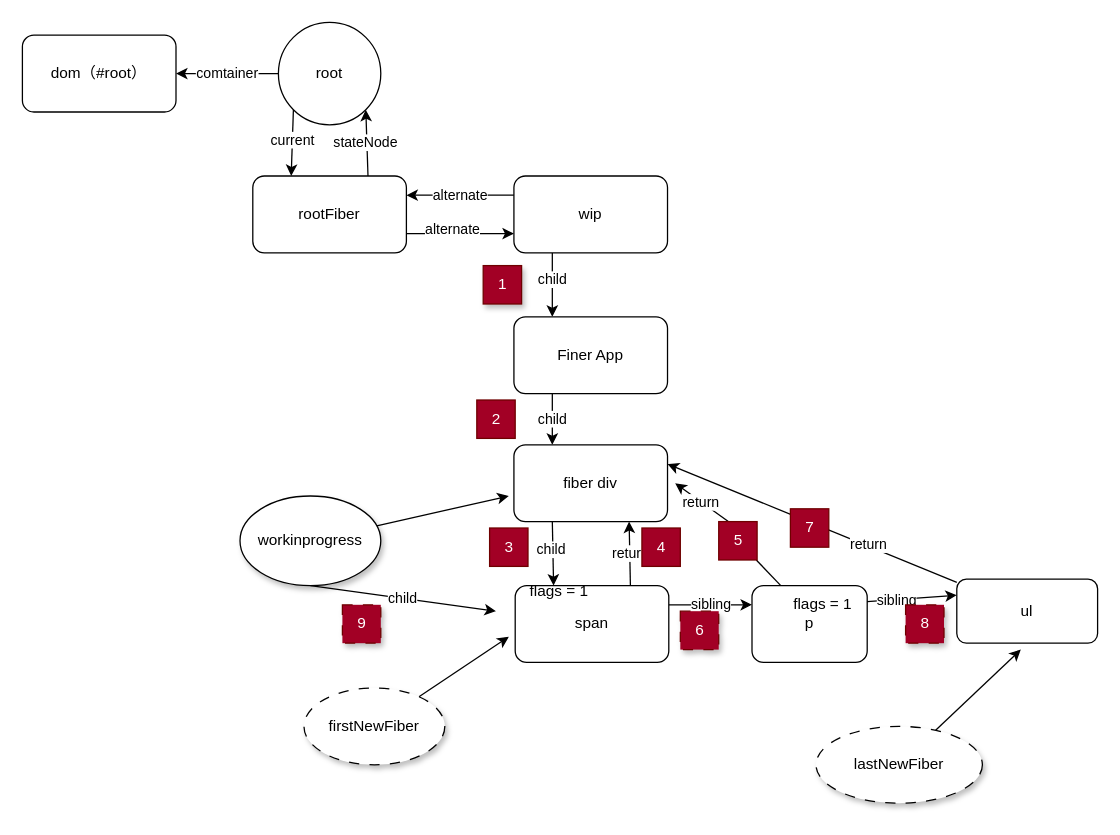
liuwei1992/mini_react keeps this draw.io diagram as doc/sibling1.drawio. Above is the earlier version. Source tidied: cells renumbered, new cells numbered last; positions are measured from the earlier drawing's top-left corner, leaving out a move shared by most shapes. Both pictures are drawn from the tidied source at 128%, with x=0, y=0 at pixel (22, 22).
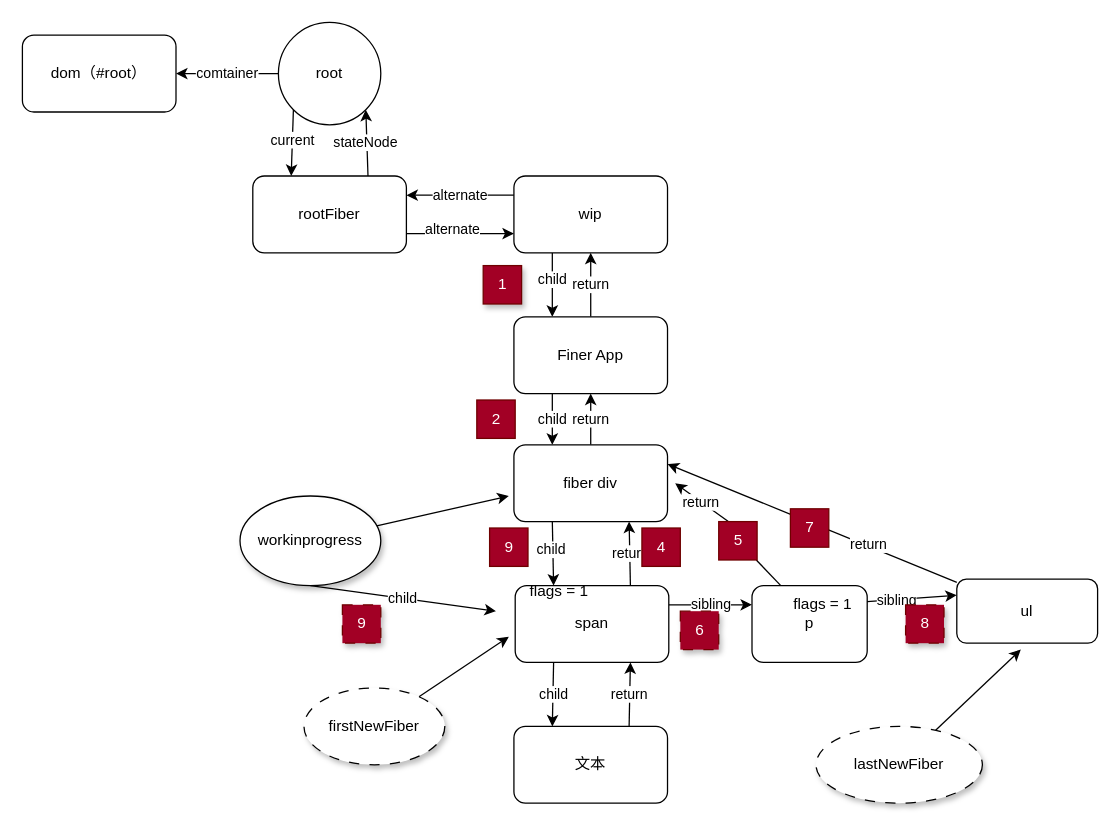
The same page after the edit.

Commit message (it also covers changes not shown here):
sibling 画图更新

Unchanged cells that the change refers to:
```xml
<mxCell id="14" value="wip" style="rounded=1;whiteSpace=wrap;html=1;" parent="1" vertex="1">
  <mxGeometry x="384" y="120" width="120" height="60" as="geometry" />
</mxCell>
<mxCell id="17" value="Finer App" style="rounded=1;whiteSpace=wrap;html=1;" parent="1" vertex="1">
  <mxGeometry x="384" y="230" width="120" height="60" as="geometry" />
</mxCell>
<mxCell id="20" value="fiber div" style="rounded=1;whiteSpace=wrap;html=1;" parent="1" vertex="1">
  <mxGeometry x="384" y="330" width="120" height="60" as="geometry" />
</mxCell>
<mxCell id="23" value="span" style="rounded=1;whiteSpace=wrap;html=1;" parent="1" vertex="1">
  <mxGeometry x="385" y="440" width="120" height="60" as="geometry" />
</mxCell>
```

Diff of the diagram source:
```diff
@@
+    <mxCell id="50" value="return" style="edgeStyle=none;html=1;entryX=0.5;entryY=1;entryDx=0;entryDy=0;" parent="1" edge="1" source="17" target="14">
+      <mxGeometry relative="1" as="geometry" />
+    </mxCell>
@@
+    <mxCell id="51" value="return" style="edgeStyle=none;html=1;entryX=0.5;entryY=1;entryDx=0;entryDy=0;" parent="1" edge="1" source="20" target="17">
+      <mxGeometry relative="1" as="geometry" />
+    </mxCell>
@@
+    <mxCell id="52" value="child" style="edgeStyle=none;html=1;exitX=0.25;exitY=1;exitDx=0;exitDy=0;entryX=0.25;entryY=0;entryDx=0;entryDy=0;" parent="1" edge="1" source="23" target="54">
+      <mxGeometry relative="1" as="geometry" />
+    </mxCell>
@@
-    <mxCell id="31" value="3" style="text;html=1;align=center;verticalAlign=middle;strokeColor=#6F0000;fillColor=#a20025;fontColor=#ffffff;" parent="1" vertex="1">
+    <mxCell id="31" value="9" style="text;html=1;align=center;verticalAlign=middle;strokeColor=#6F0000;fillColor=#a20025;fontColor=#ffffff;" parent="1" vertex="1">
       <mxGeometry x="365" y="395" width="30" height="30" as="geometry" />
     </mxCell>
@@
+    <mxCell id="53" value="return" style="edgeStyle=none;html=1;exitX=0.75;exitY=0;exitDx=0;exitDy=0;entryX=0.75;entryY=1;entryDx=0;entryDy=0;" parent="1" edge="1" source="54" target="23">
+      <mxGeometry relative="1" as="geometry" />
+    </mxCell>
+    <mxCell id="54" value="文本" style="rounded=1;whiteSpace=wrap;html=1;" parent="1" vertex="1">
+      <mxGeometry x="384" y="550" width="120" height="60" as="geometry" />
+    </mxCell>
```
